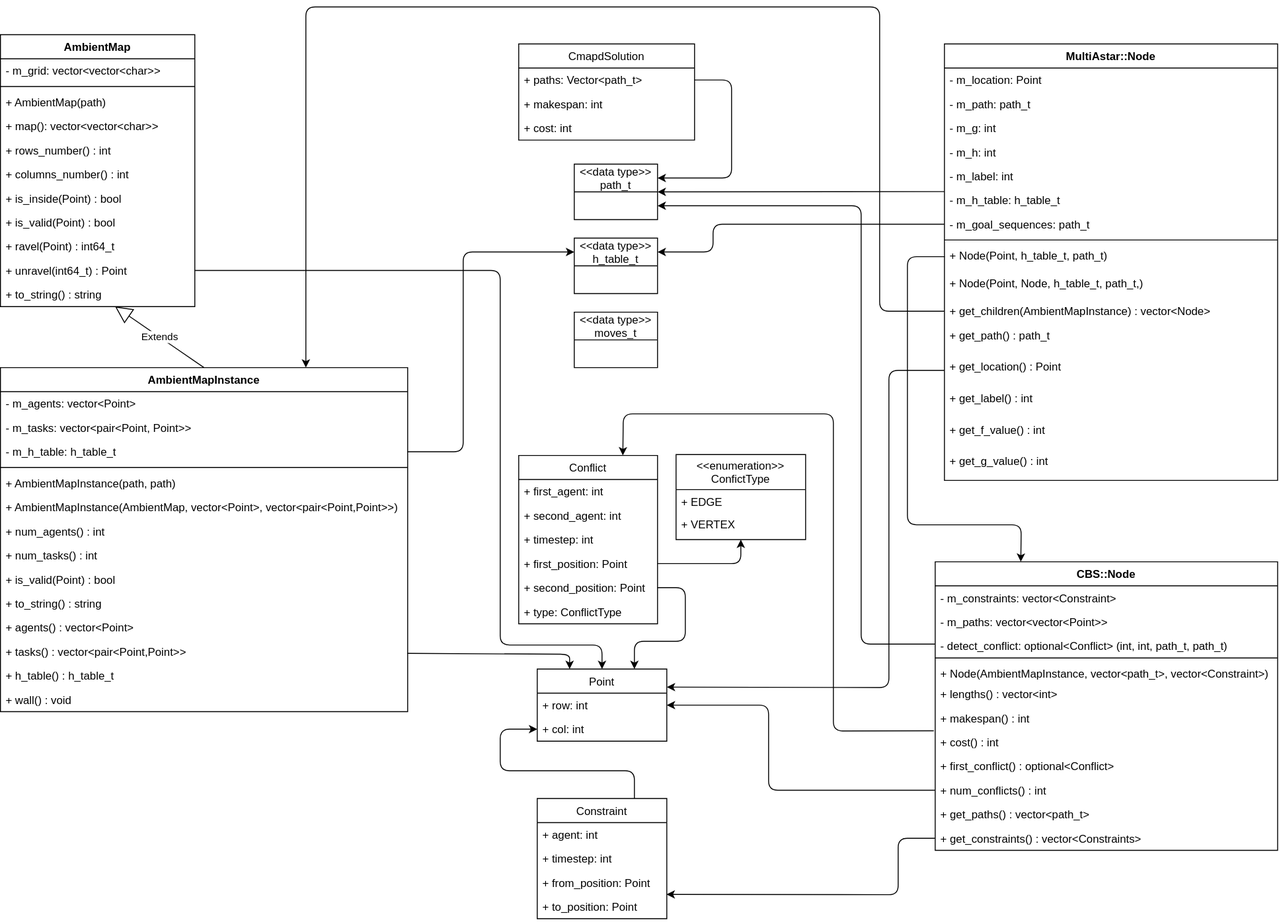
Earlier version of the draw.io export doc/cmapd_uml.drawio.svg (zagoli/capacitated-mapd). Source tidied: cells renumbered, new cells last; positions are measured from the earlier drawing's top-left corner, leaving out a move shared by most shapes.
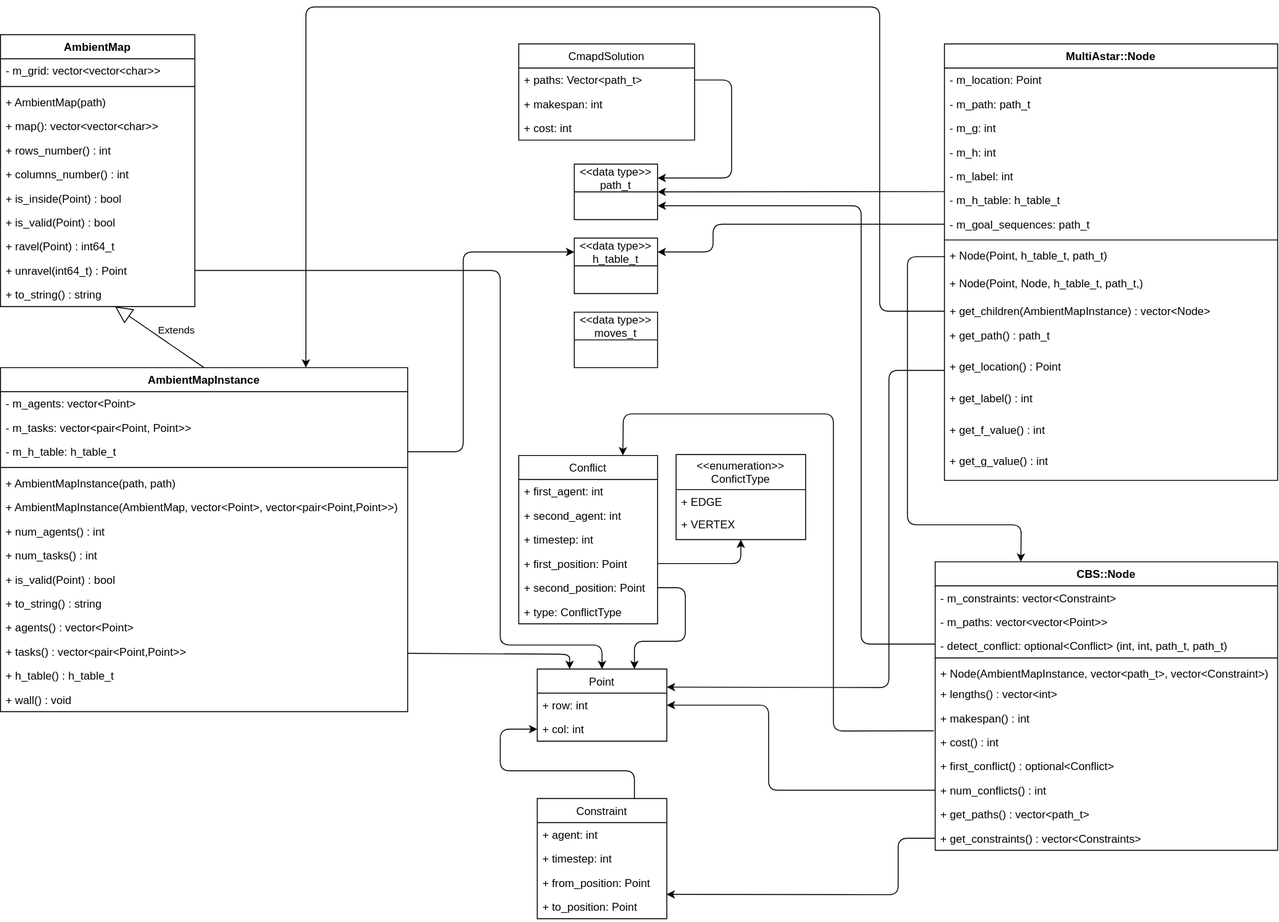
Above is the later version.

What changed in the source:
```diff
@@ -104,8 +104,8 @@
     <mxCell id="35" value="+ cost: int" style="text;strokeColor=none;fillColor=none;align=left;verticalAlign=top;spacingLeft=4;spacingRight=4;overflow=hidden;" parent="32" vertex="1">
       <mxGeometry y="78" width="190" height="26" as="geometry" />
     </mxCell>
-    <mxCell id="36" value="Extends" style="endArrow=block;endSize=16;endFill=0;html=1;rounded=0;exitX=0.5;exitY=0;exitDx=0;exitDy=0;fillColor=none;" parent="1" edge="1" source="17" target="16">
-      <mxGeometry relative="1" as="geometry" />
+    <mxCell id="36" value="Extends" style="endArrow=block;endSize=16;endFill=0;html=1;rounded=0;exitX=0.5;exitY=0;exitDx=0;exitDy=0;fillColor=none;labelBackgroundColor=none;" parent="1" edge="1" source="17" target="16">
+      <mxGeometry x="-0.19" y="-16" relative="1" as="geometry" />
     </mxCell>
     <mxCell id="37" value="MultiAstar::Node" style="swimlane;fontStyle=1;align=center;verticalAlign=top;horizontal=1;startSize=26;fillColor=none;" parent="1" vertex="1">
       <mxGeometry x="1020" y="40" width="360" height="472" as="geometry" />
```
